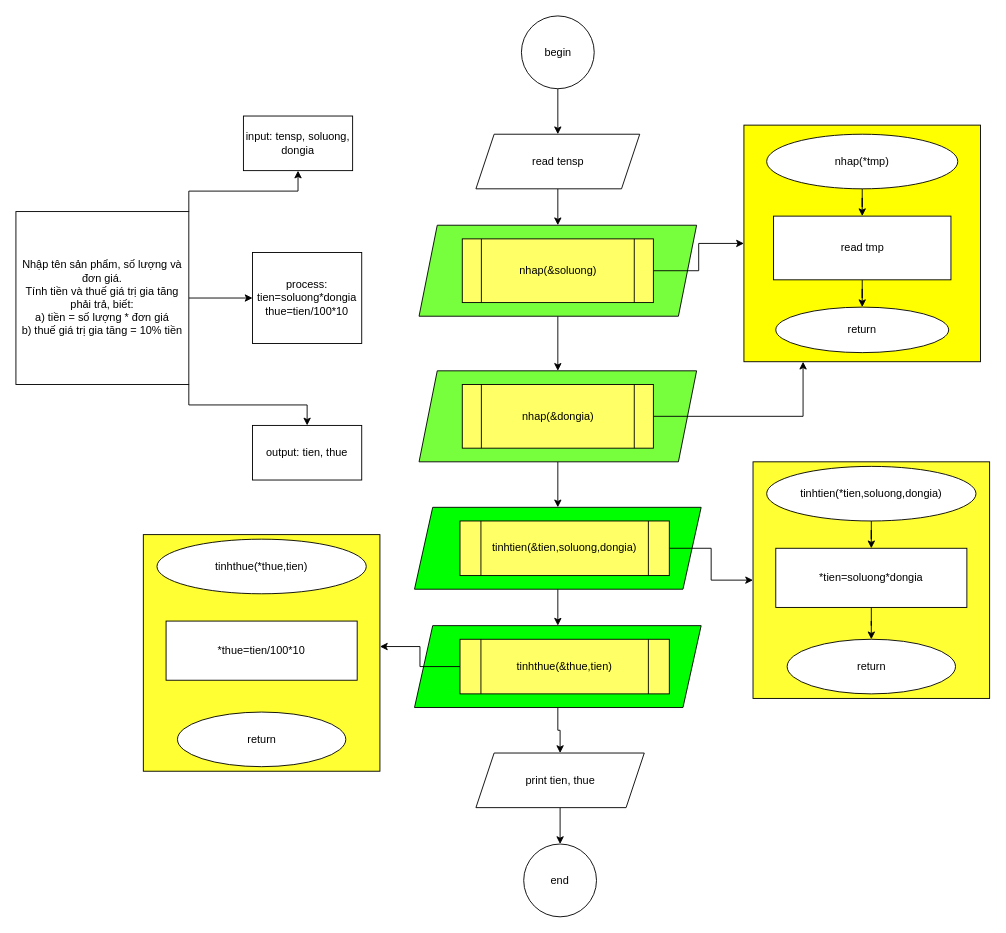
Before: 06_04_2023/bai06.drawio in KhanhNguyen9872/DH_Gia_Dinh_K16, a draw.io diagram. Source tidied: cells renumbered, new cells numbered last; positions are measured from the earlier drawing's top-left corner, leaving out a move shared by most shapes. Both pictures are drawn from the tidied source at 91%, with x=0, y=0 at pixel (15, 15).
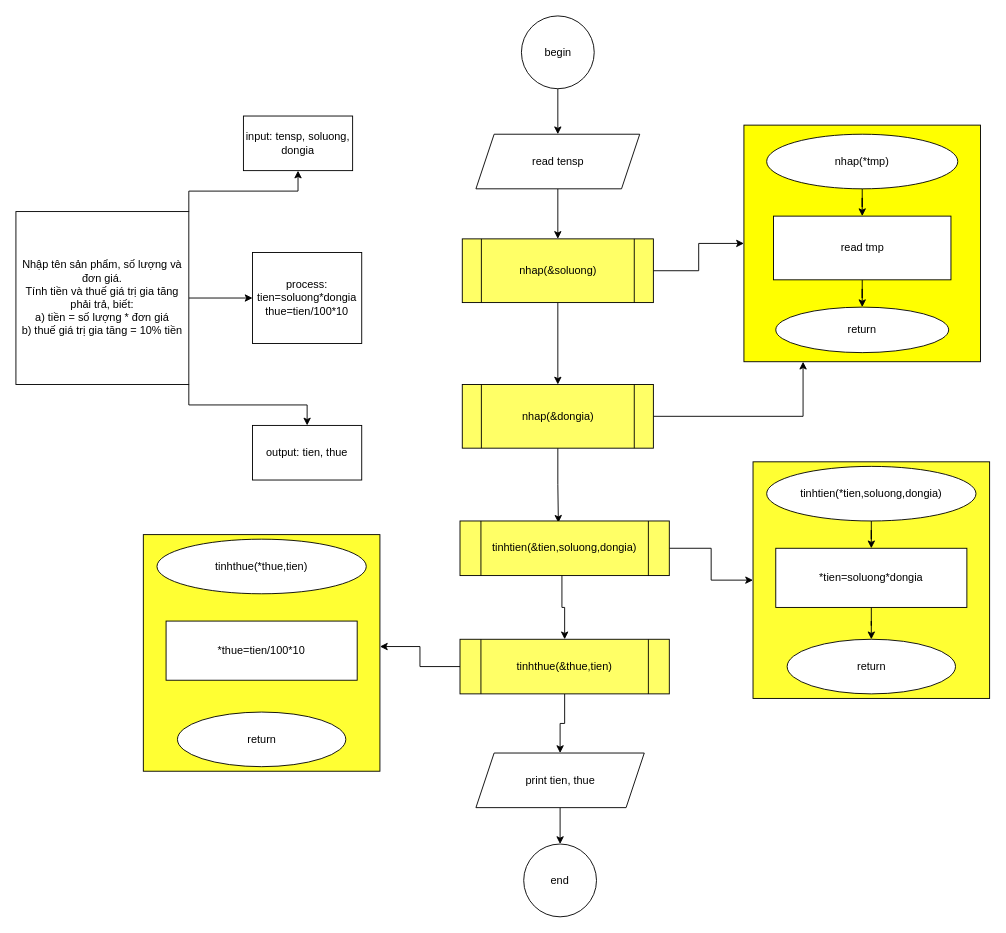
The same diagram, later.

Unchanged cells that the change refers to:
```xml
<mxCell id="8" value="nhap(&amp;amp;soluong)" style="shape=process;whiteSpace=wrap;html=1;backgroundOutline=1;fillColor=#FFFF66;" parent="1" vertex="1">
  <mxGeometry x="490.5" y="245" width="210" height="70" as="geometry" />
</mxCell>
<mxCell id="19" value="print tien, thue" style="shape=parallelogram;perimeter=parallelogramPerimeter;whiteSpace=wrap;html=1;fixedSize=1;" parent="1" vertex="1">
  <mxGeometry x="505.5" y="810" width="185" height="60" as="geometry" />
</mxCell>
<mxCell id="36" value="nhap(&amp;amp;dongia)" style="shape=process;whiteSpace=wrap;html=1;backgroundOutline=1;fillColor=#FFFF66;" parent="1" vertex="1">
  <mxGeometry x="490.5" y="405" width="210" height="70" as="geometry" />
</mxCell>
<mxCell id="38" value="read tensp" style="shape=parallelogram;perimeter=parallelogramPerimeter;whiteSpace=wrap;html=1;fixedSize=1;" parent="1" vertex="1">
  <mxGeometry x="505.5" y="130" width="180" height="60" as="geometry" />
</mxCell>
<mxCell id="40" value="tinhtien(&amp;amp;tien,soluong,dongia)" style="shape=process;whiteSpace=wrap;html=1;backgroundOutline=1;fillColor=#FFFF66;" parent="1" vertex="1">
  <mxGeometry x="488" y="555" width="230" height="60" as="geometry" />
</mxCell>
<mxCell id="44" value="tinhthue(&amp;amp;thue,tien)" style="shape=process;whiteSpace=wrap;html=1;backgroundOutline=1;fillColor=#FFFF66;" parent="1" vertex="1">
  <mxGeometry x="488" y="685" width="230" height="60" as="geometry" />
</mxCell>
```

Diff of the diagram source:
```diff
@@
-    <mxCell id="5" style="edgeStyle=orthogonalEdgeStyle;rounded=0;jettySize=auto;html=1;exitX=0.5;exitY=1;exitDx=0;exitDy=0;entryX=0.5;entryY=0;entryDx=0;entryDy=0;" parent="1" edge="1" source="6" target="34">
+    <mxCell id="5" style="edgeStyle=orthogonalEdgeStyle;rounded=0;jettySize=auto;html=1;exitX=0.5;exitY=1;exitDx=0;exitDy=0;entryX=0.5;entryY=0;entryDx=0;entryDy=0;" parent="1" edge="1" source="8" target="36">
       <mxGeometry relative="1" as="geometry" />
     </mxCell>
-    <mxCell id="6" style="shape=parallelogram;perimeter=parallelogramPerimeter;whiteSpace=wrap;html=1;fixedSize=1;fillColor=#77FF3D;" parent="1" vertex="1">
-      <mxGeometry x="443" y="230" width="305" height="100" as="geometry" />
-    </mxCell>
@@
-    <mxCell id="16" style="edgeStyle=orthogonalEdgeStyle;rounded=0;jettySize=auto;html=1;" parent="1" edge="1" source="17" target="42">
-      <mxGeometry relative="1" as="geometry" />
+    <mxCell id="16" style="edgeStyle=orthogonalEdgeStyle;rounded=0;jettySize=auto;html=1;exitX=0.47;exitY=0.983;exitDx=0;exitDy=0;exitPerimeter=0;entryX=0.5;entryY=0;entryDx=0;entryDy=0;" parent="1" edge="1" source="40" target="44">
+      <mxGeometry relative="1" as="geometry">
+        <Array as="points">
+          <mxPoint x="600" y="614" />
+          <mxPoint x="600" y="650" />
+          <mxPoint x="603" y="650" />
+        </Array>
+      </mxGeometry>
     </mxCell>
-    <mxCell id="17" style="shape=parallelogram;perimeter=parallelogramPerimeter;whiteSpace=wrap;html=1;fixedSize=1;fillColor=#00FF00;" parent="1" vertex="1">
-      <mxGeometry x="438" y="540" width="315" height="90" as="geometry" />
-    </mxCell>
@@
-    <mxCell id="33" style="edgeStyle=orthogonalEdgeStyle;rounded=0;jettySize=auto;html=1;" parent="1" edge="1" source="34" target="17">
+    <mxCell id="33" style="edgeStyle=orthogonalEdgeStyle;rounded=0;jettySize=auto;html=1;exitX=0.5;exitY=1;exitDx=0;exitDy=0;entryX=0.47;entryY=0.033;entryDx=0;entryDy=0;entryPerimeter=0;" parent="1" edge="1" source="36" target="40">
       <mxGeometry relative="1" as="geometry" />
     </mxCell>
-    <mxCell id="34" style="shape=parallelogram;perimeter=parallelogramPerimeter;whiteSpace=wrap;html=1;fixedSize=1;fillColor=#77FF3D;" parent="1" vertex="1">
-      <mxGeometry x="443" y="390" width="305" height="100" as="geometry" />
-    </mxCell>
@@
-    <mxCell id="37" style="edgeStyle=orthogonalEdgeStyle;rounded=0;jettySize=auto;html=1;entryX=0.5;entryY=0;entryDx=0;entryDy=0;" parent="1" edge="1" source="38" target="6">
+    <mxCell id="37" style="edgeStyle=orthogonalEdgeStyle;rounded=0;jettySize=auto;html=1;entryX=0.5;entryY=0;entryDx=0;entryDy=0;" parent="1" edge="1" source="38" target="8">
       <mxGeometry relative="1" as="geometry" />
     </mxCell>
@@
-    <mxCell id="41" style="edgeStyle=orthogonalEdgeStyle;rounded=0;jettySize=auto;html=1;entryX=0.5;entryY=0;entryDx=0;entryDy=0;" parent="1" edge="1" source="42" target="19">
+    <mxCell id="41" style="edgeStyle=orthogonalEdgeStyle;rounded=0;jettySize=auto;html=1;entryX=0.5;entryY=0;entryDx=0;entryDy=0;exitX=0.5;exitY=1;exitDx=0;exitDy=0;" parent="1" edge="1" source="44" target="19">
       <mxGeometry relative="1" as="geometry" />
     </mxCell>
-    <mxCell id="42" style="shape=parallelogram;perimeter=parallelogramPerimeter;whiteSpace=wrap;html=1;fixedSize=1;fillColor=#00FF00;" parent="1" vertex="1">
-      <mxGeometry x="438" y="670" width="315" height="90" as="geometry" />
-    </mxCell>
```
